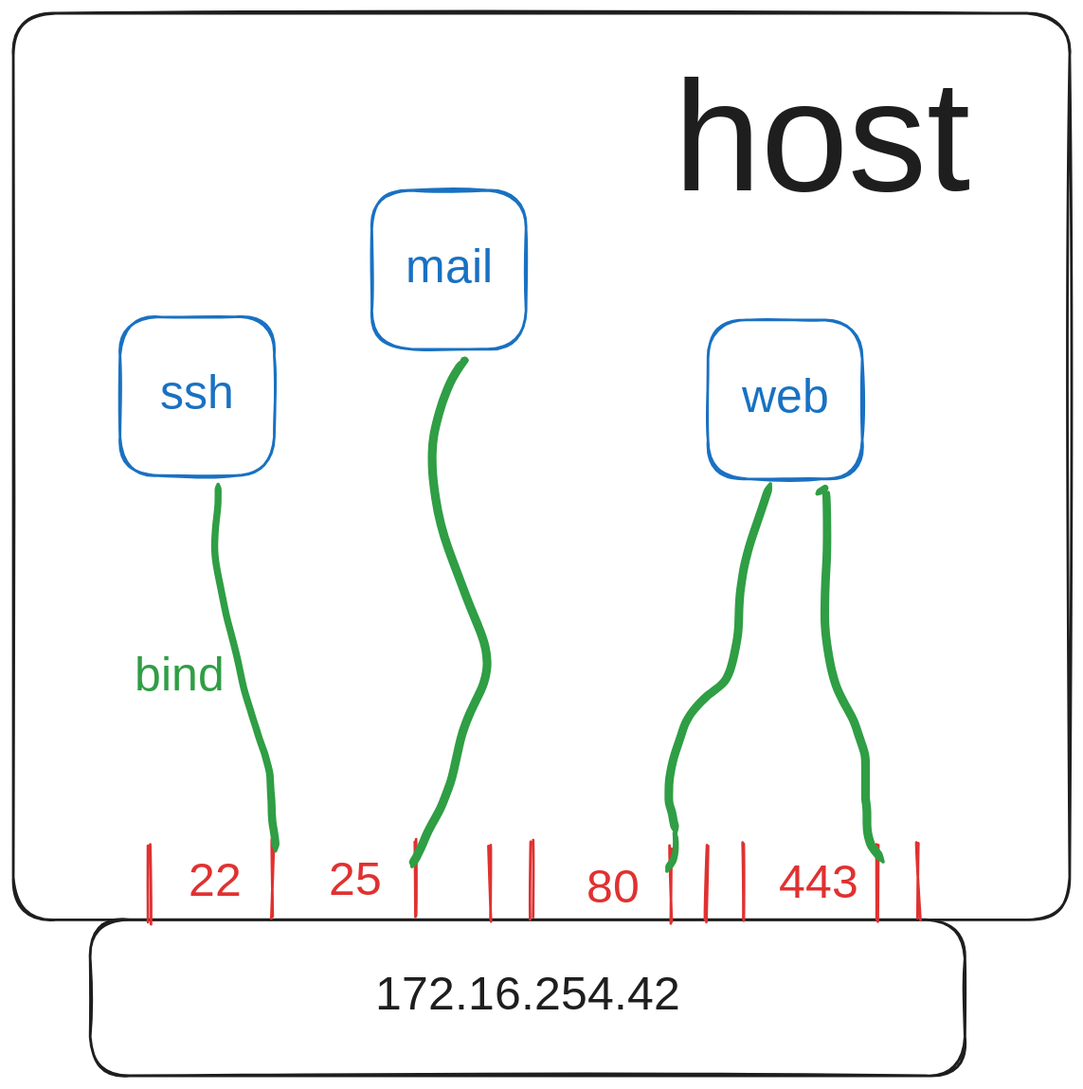
ue22-p25/backend keeps this Excalidraw diagram as notebooks/media/address-ports-bound.excalidraw.svg. Above is the earlier version. Source tidied: one line per element, renumbered; positions are measured from the earlier drawing's top-left corner, leaving out a move shared by most shapes.
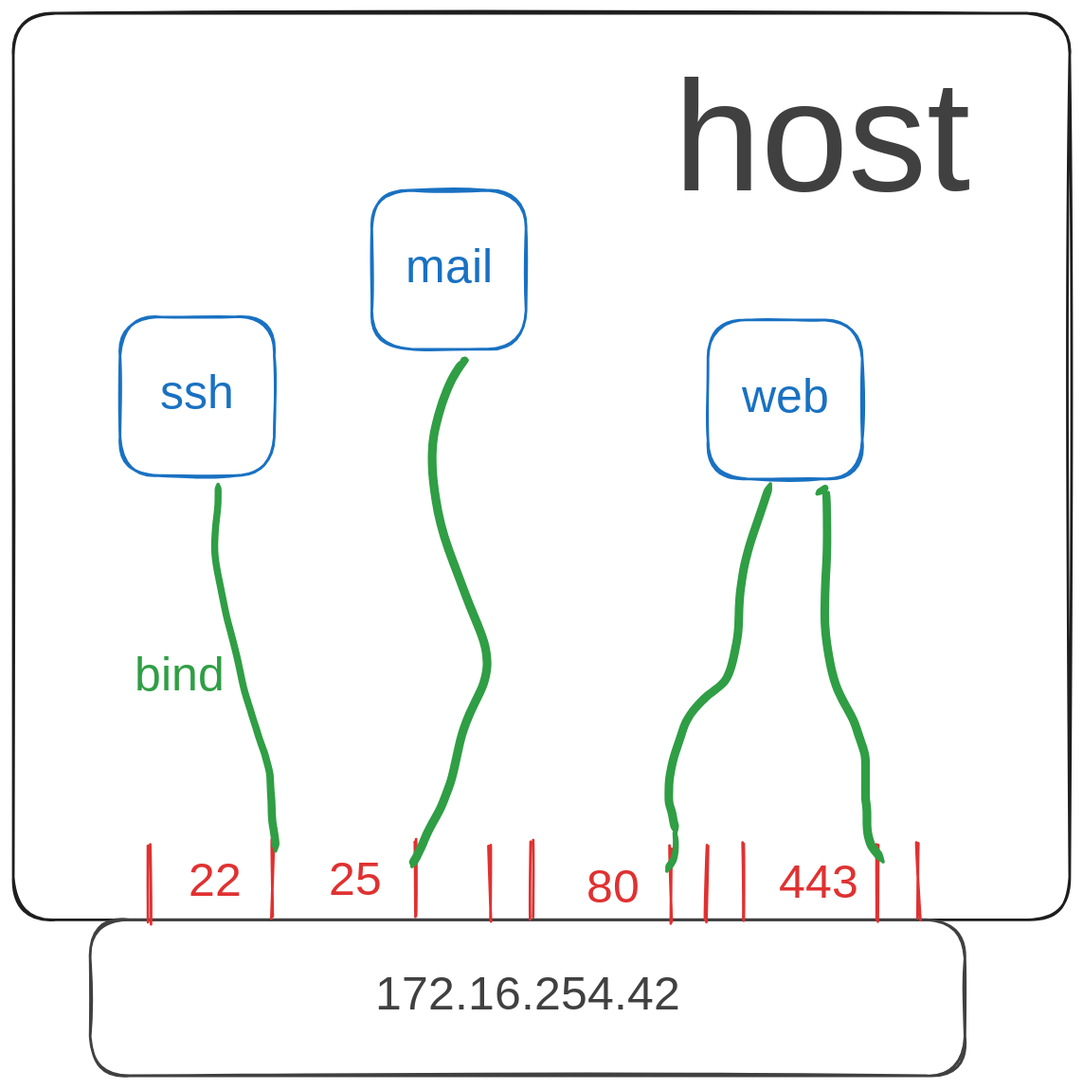
Later version of the same file.

Diff of the diagram source:
```diff
@@ -1,7 +1,7 @@
 {"id": 0, "type": "rectangle", "strokeColor": "#1e1e1e", "strokeWidth": 2, "roughness": 1, "round": true, "x": 0, "y": 0, "width": 796, "height": 684}
-{"id": 1, "type": "rectangle", "strokeColor": "#1e1e1e", "strokeWidth": 2, "roughness": 1, "round": true, "x": 58, "y": 683, "width": 659, "height": 118}
+{"id": 1, "type": "rectangle", "strokeColor": "#404040", "strokeWidth": 2, "roughness": 1, "round": true, "x": 58, "y": 683, "width": 659, "height": 118}
-{"id": 2, "type": "text", "text": "172.16.254.42", "strokeColor": "#1e1e1e", "strokeWidth": 2, "roughness": 1, "fontSize": 36, "fontFamily": 5, "textAlign": "center", "verticalAlign": "middle", "inside": 1, "x": 284, "y": 720, "width": 207, "height": 45}
+{"id": 2, "type": "text", "text": "172.16.254.42", "strokeColor": "#404040", "strokeWidth": 2, "roughness": 1, "fontSize": 36, "fontFamily": 5, "textAlign": "center", "verticalAlign": "middle", "inside": 1, "x": 284, "y": 720, "width": 207, "height": 45}
-{"id": 3, "type": "text", "text": "host", "strokeColor": "#1e1e1e", "strokeWidth": 2, "roughness": 1, "fontSize": 118.32, "fontFamily": 5, "x": 498, "y": 29, "width": 268, "height": 148}
+{"id": 3, "type": "text", "text": "host", "strokeColor": "#404040", "strokeWidth": 2, "roughness": 1, "fontSize": 118.32, "fontFamily": 5, "x": 498, "y": 29, "width": 268, "height": 148}
 {"id": 4, "type": "line", "strokeColor": "#e03131", "strokeWidth": 2, "roughness": 1, "round": true, "x": 196, "y": 623, "width": 0, "height": 57, "points": [[0, 0], [0, 57]]}
 {"id": 5, "type": "text", "text": "22", "strokeColor": "#e03131", "strokeWidth": 2, "roughness": 1, "fontSize": 36, "fontFamily": 5, "x": 132, "y": 634, "width": 50, "height": 45}
 {"id": 6, "type": "rectangle", "strokeColor": "#1971c2", "strokeWidth": 2, "roughness": 1, "round": true, "x": 80, "y": 229, "width": 116, "height": 120}
```
